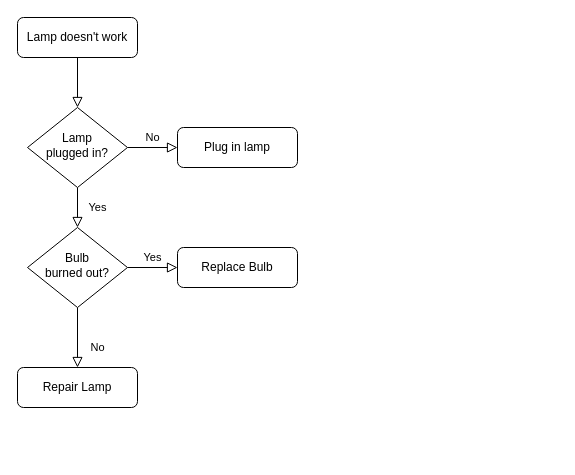
Earlier version of the draw.io diagram Untitled Diagram.drawio (xiongliang1989/drawio). Source tidied: cells renumbered, new cells numbered last; positions are measured from the earlier drawing's top-left corner, leaving out a move shared by most shapes. Both pictures are drawn from the tidied source at 100%, with x=0, y=0 at pixel (17, 17).
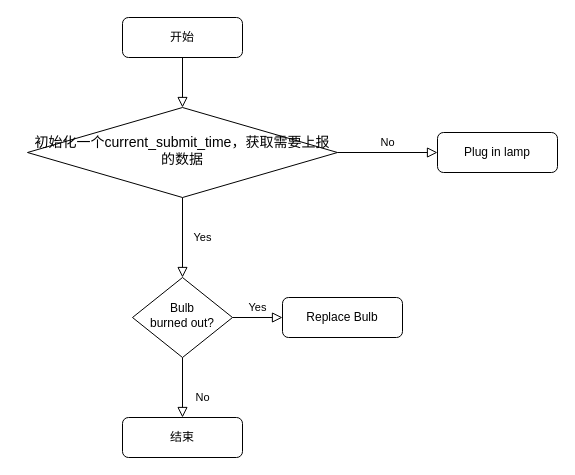
The same page after the edit.

Change to the diagram source:
```diff
@@
 <mxGraphModel>
   <root>
     <mxCell id="0" />
     <mxCell id="1" parent="0" />
     <mxCell id="2" style="rounded=0;html=1;jettySize=auto;fontSize=11;endArrow=block;endFill=0;endSize=8;strokeWidth=1;shadow=0;labelBackgroundColor=none;edgeStyle=orthogonalEdgeStyle;" parent="1" edge="1" source="3" target="6">
       <mxGeometry relative="1" as="geometry" />
     </mxCell>
-    <mxCell id="3" value="Lamp doesn't work" style="rounded=1;whiteSpace=wrap;html=1;fontSize=12;glass=0;strokeWidth=1;shadow=0;" parent="1" vertex="1">
-      <mxGeometry width="120" height="40" as="geometry" />
+    <mxCell id="3" value="开始" style="rounded=1;whiteSpace=wrap;html=1;fontSize=12;glass=0;strokeWidth=1;shadow=0;" parent="1" vertex="1">
+      <mxGeometry x="105" width="120" height="40" as="geometry" />
     </mxCell>
     <mxCell id="4" value="Yes" style="rounded=0;html=1;jettySize=auto;fontSize=11;endArrow=block;endFill=0;endSize=8;strokeWidth=1;shadow=0;labelBackgroundColor=none;edgeStyle=orthogonalEdgeStyle;" parent="1" edge="1" source="6" target="10">
       <mxGeometry y="20" relative="1" as="geometry" />
     </mxCell>
     <mxCell id="5" value="No" style="edgeStyle=orthogonalEdgeStyle;rounded=0;html=1;jettySize=auto;fontSize=11;endArrow=block;endFill=0;endSize=8;strokeWidth=1;shadow=0;labelBackgroundColor=none;" parent="1" edge="1" source="6" target="7">
       <mxGeometry y="10" relative="1" as="geometry" />
     </mxCell>
-    <mxCell id="6" value="Lamp&lt;br&gt;plugged in?" style="rhombus;whiteSpace=wrap;html=1;shadow=0;fontFamily=Helvetica;fontSize=12;align=center;strokeWidth=1;spacing=6;spacingTop=-4;" parent="1" vertex="1">
-      <mxGeometry x="10" y="90" width="100" height="80" as="geometry" />
+    <mxCell id="6" value="&lt;p class=&quot;MsoNormal&quot;&gt;&lt;span style=&quot;font-size: 10.5000pt&quot;&gt;&lt;font face=&quot;宋体&quot;&gt;初始化一个&lt;/font&gt;&lt;font face=&quot;Calibri&quot;&gt;current_submit_time&lt;/font&gt;&lt;font face=&quot;宋体&quot;&gt;，获取需要上报的数据&lt;/font&gt;&lt;/span&gt;&lt;/p&gt;" style="rhombus;whiteSpace=wrap;html=1;shadow=0;fontFamily=Helvetica;fontSize=12;align=center;strokeWidth=1;spacing=6;spacingTop=-4;" parent="1" vertex="1">
+      <mxGeometry x="10" y="90" width="310" height="90" as="geometry" />
     </mxCell>
     <mxCell id="7" value="Plug in lamp" style="rounded=1;whiteSpace=wrap;html=1;fontSize=12;glass=0;strokeWidth=1;shadow=0;" parent="1" vertex="1">
-      <mxGeometry x="160" y="110" width="120" height="40" as="geometry" />
+      <mxGeometry x="420" y="115" width="120" height="40" as="geometry" />
     </mxCell>
     <mxCell id="8" value="No" style="rounded=0;html=1;jettySize=auto;fontSize=11;endArrow=block;endFill=0;endSize=8;strokeWidth=1;shadow=0;labelBackgroundColor=none;edgeStyle=orthogonalEdgeStyle;" parent="1" edge="1" source="10" target="11">
       <mxGeometry x="0.33" y="20" relative="1" as="geometry" />
     </mxCell>
     <mxCell id="9" value="Yes" style="edgeStyle=orthogonalEdgeStyle;rounded=0;html=1;jettySize=auto;fontSize=11;endArrow=block;endFill=0;endSize=8;strokeWidth=1;shadow=0;labelBackgroundColor=none;" parent="1" edge="1" source="10" target="12">
       <mxGeometry y="10" relative="1" as="geometry" />
     </mxCell>
     <mxCell id="10" value="Bulb&lt;br&gt;burned out?" style="rhombus;whiteSpace=wrap;html=1;shadow=0;fontFamily=Helvetica;fontSize=12;align=center;strokeWidth=1;spacing=6;spacingTop=-4;" parent="1" vertex="1">
-      <mxGeometry x="10" y="210" width="100" height="80" as="geometry" />
+      <mxGeometry x="115" y="260" width="100" height="80" as="geometry" />
     </mxCell>
-    <mxCell id="11" value="Repair Lamp" style="rounded=1;whiteSpace=wrap;html=1;fontSize=12;glass=0;strokeWidth=1;shadow=0;" parent="1" vertex="1">
-      <mxGeometry y="350" width="120" height="40" as="geometry" />
+    <mxCell id="11" value="结束" style="rounded=1;whiteSpace=wrap;html=1;fontSize=12;glass=0;strokeWidth=1;shadow=0;" parent="1" vertex="1">
+      <mxGeometry x="105" y="400" width="120" height="40" as="geometry" />
     </mxCell>
     <mxCell id="12" value="Replace Bulb" style="rounded=1;whiteSpace=wrap;html=1;fontSize=12;glass=0;strokeWidth=1;shadow=0;" parent="1" vertex="1">
-      <mxGeometry x="160" y="230" width="120" height="40" as="geometry" />
+      <mxGeometry x="265" y="280" width="120" height="40" as="geometry" />
     </mxCell>
   </root>
 </mxGraphModel>
```
